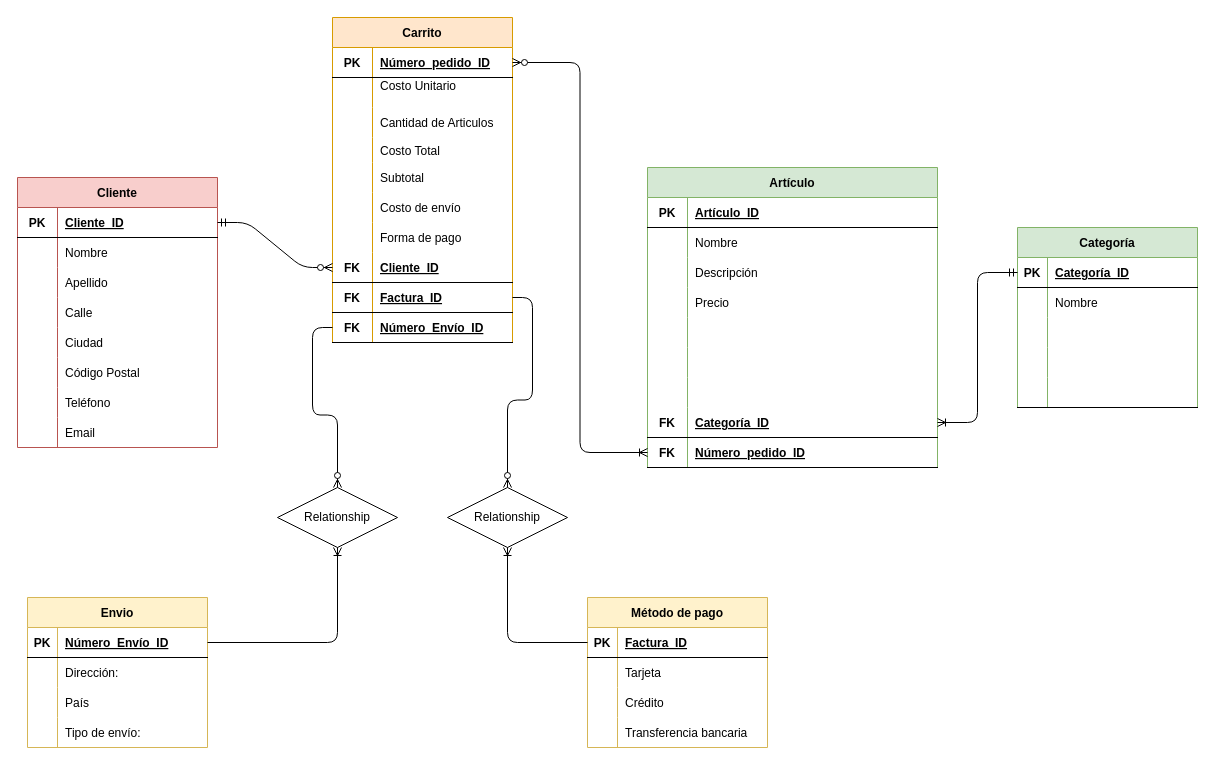
Before: Untitled Diagram.drawio in fabrikolof/jap_repository, a draw.io diagram. Source tidied: cells renumbered, new cells numbered last; positions are measured from the earlier drawing's top-left corner, leaving out a move shared by most shapes. Both pictures are drawn from the tidied source at 100%, with x=0, y=0 at pixel (17, 17).
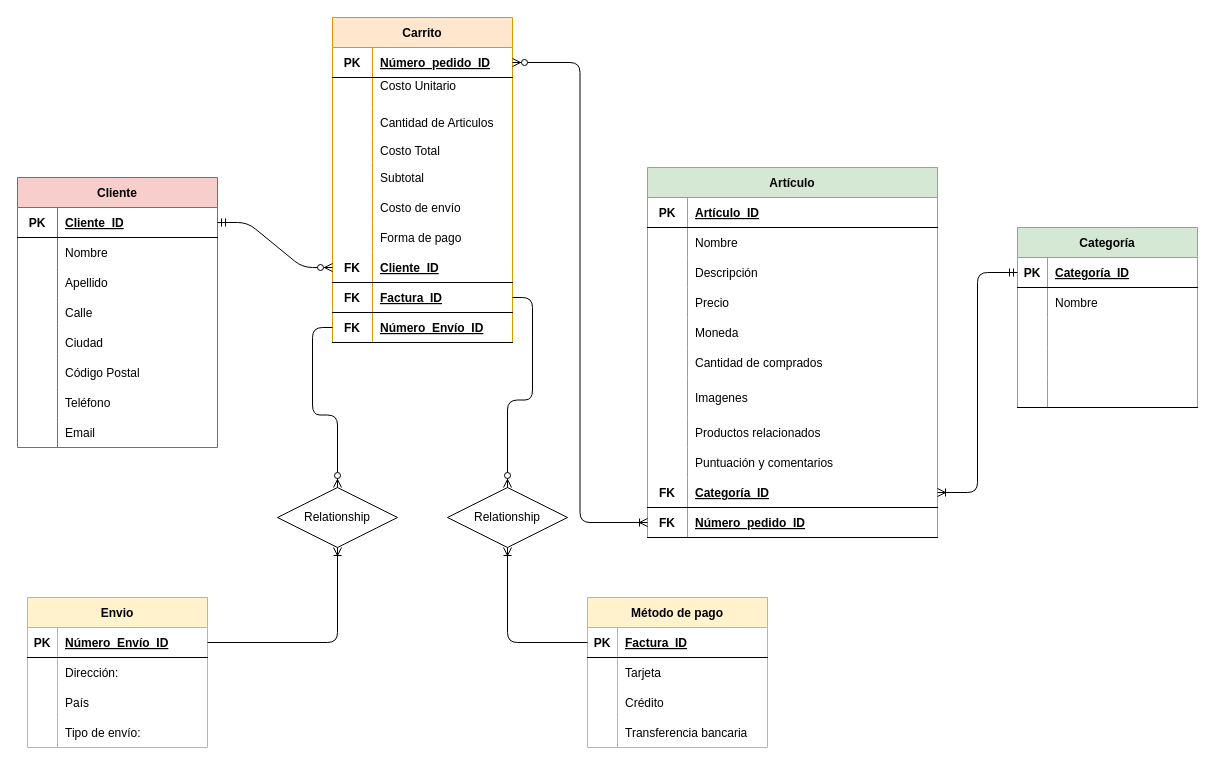
After the change.

Unchanged cells that the change refers to:
```xml
<mxCell id="40" style="shape=partialRectangle;fillColor=none;top=0;left=0;bottom=0;right=0;" parent="27" vertex="1">
  <mxGeometry y="150" width="290" height="30" as="geometry" />
</mxCell>
<mxCell id="43" style="shape=partialRectangle;fillColor=none;top=0;left=0;bottom=0;right=0;" parent="27" vertex="1">
  <mxGeometry y="180" width="290" height="30" as="geometry" />
</mxCell>
```

Change to the diagram source:
```diff
@@
     <mxCell id="27" value="Artículo" style="shape=table;startSize=30;childLayout=tableLayout;rowLines=0;fontStyle=1;align=center;fillColor=#d5e8d4;strokeColor=#82b366;" parent="1" vertex="1">
-      <mxGeometry x="630" y="150" width="290" height="300" as="geometry" />
+      <mxGeometry x="630" y="150" width="290" height="370" as="geometry" />
     </mxCell>
@@
-    <mxCell id="42" style="shape=partialRectangle;fillColor=none;top=0;left=0;bottom=0;right=0;align=left;spacingLeft=6;overflow=hidden;" parent="40" vertex="1">
+    <mxCell id="42" value="Moneda" style="shape=partialRectangle;fillColor=none;top=0;left=0;bottom=0;right=0;align=left;spacingLeft=6;overflow=hidden;" parent="40" vertex="1">
       <mxGeometry x="40" width="250" height="30" as="geometry" />
     </mxCell>
@@
-    <mxCell id="45" style="shape=partialRectangle;fillColor=none;top=0;left=0;bottom=0;right=0;align=left;spacingLeft=6;overflow=hidden;" parent="43" vertex="1">
+    <mxCell id="45" value="Cantidad de comprados" style="shape=partialRectangle;fillColor=none;top=0;left=0;bottom=0;right=0;align=left;spacingLeft=6;overflow=hidden;" parent="43" vertex="1">
       <mxGeometry x="40" width="250" height="30" as="geometry" />
     </mxCell>
+    <mxCell id="137" style="shape=partialRectangle;fillColor=none;top=0;left=0;bottom=0;right=0;" parent="27" vertex="1">
+      <mxGeometry y="210" width="290" height="40" as="geometry" />
+    </mxCell>
+    <mxCell id="138" style="shape=partialRectangle;fillColor=none;top=0;left=0;bottom=0;right=0;overflow=hidden;" parent="137" vertex="1">
+      <mxGeometry width="40" height="40" as="geometry" />
+    </mxCell>
+    <mxCell id="139" value="Imagenes" style="shape=partialRectangle;fillColor=none;top=0;left=0;bottom=0;right=0;align=left;spacingLeft=6;overflow=hidden;" parent="137" vertex="1">
+      <mxGeometry x="40" width="250" height="40" as="geometry" />
+    </mxCell>
+    <mxCell id="140" style="shape=partialRectangle;fillColor=none;top=0;left=0;bottom=0;right=0;" parent="27" vertex="1">
+      <mxGeometry y="250" width="290" height="30" as="geometry" />
+    </mxCell>
+    <mxCell id="141" style="shape=partialRectangle;fillColor=none;top=0;left=0;bottom=0;right=0;overflow=hidden;" parent="140" vertex="1">
+      <mxGeometry width="40" height="30" as="geometry" />
+    </mxCell>
+    <mxCell id="142" value="Productos relacionados" style="shape=partialRectangle;fillColor=none;top=0;left=0;bottom=0;right=0;align=left;spacingLeft=6;overflow=hidden;" parent="140" vertex="1">
+      <mxGeometry x="40" width="250" height="30" as="geometry" />
+    </mxCell>
     <mxCell id="46" style="shape=partialRectangle;fillColor=none;top=0;left=0;bottom=0;right=0;" parent="27" vertex="1">
-      <mxGeometry y="210" width="290" height="30" as="geometry" />
+      <mxGeometry y="280" width="290" height="30" as="geometry" />
     </mxCell>
@@
-    <mxCell id="48" style="shape=partialRectangle;fillColor=none;top=0;left=0;bottom=0;right=0;align=left;spacingLeft=6;overflow=hidden;" parent="46" vertex="1">
+    <mxCell id="48" value="Puntuación y comentarios" style="shape=partialRectangle;fillColor=none;top=0;left=0;bottom=0;right=0;align=left;spacingLeft=6;overflow=hidden;" parent="46" vertex="1">
       <mxGeometry x="40" width="250" height="30" as="geometry" />
     </mxCell>
     <mxCell id="49" style="shape=partialRectangle;fillColor=none;top=0;left=0;bottom=1;right=0;points=[[0,0.5],[1,0.5]];portConstraint=eastwest;" parent="27" vertex="1">
-      <mxGeometry y="240" width="290" height="30" as="geometry" />
+      <mxGeometry y="310" width="290" height="30" as="geometry" />
     </mxCell>
@@
     <mxCell id="52" style="shape=partialRectangle;fillColor=none;top=0;left=0;bottom=1;right=0;points=[[0,0.5],[1,0.5]];portConstraint=eastwest;" parent="27" vertex="1">
-      <mxGeometry y="270" width="290" height="30" as="geometry" />
+      <mxGeometry y="340" width="290" height="30" as="geometry" />
     </mxCell>
```
